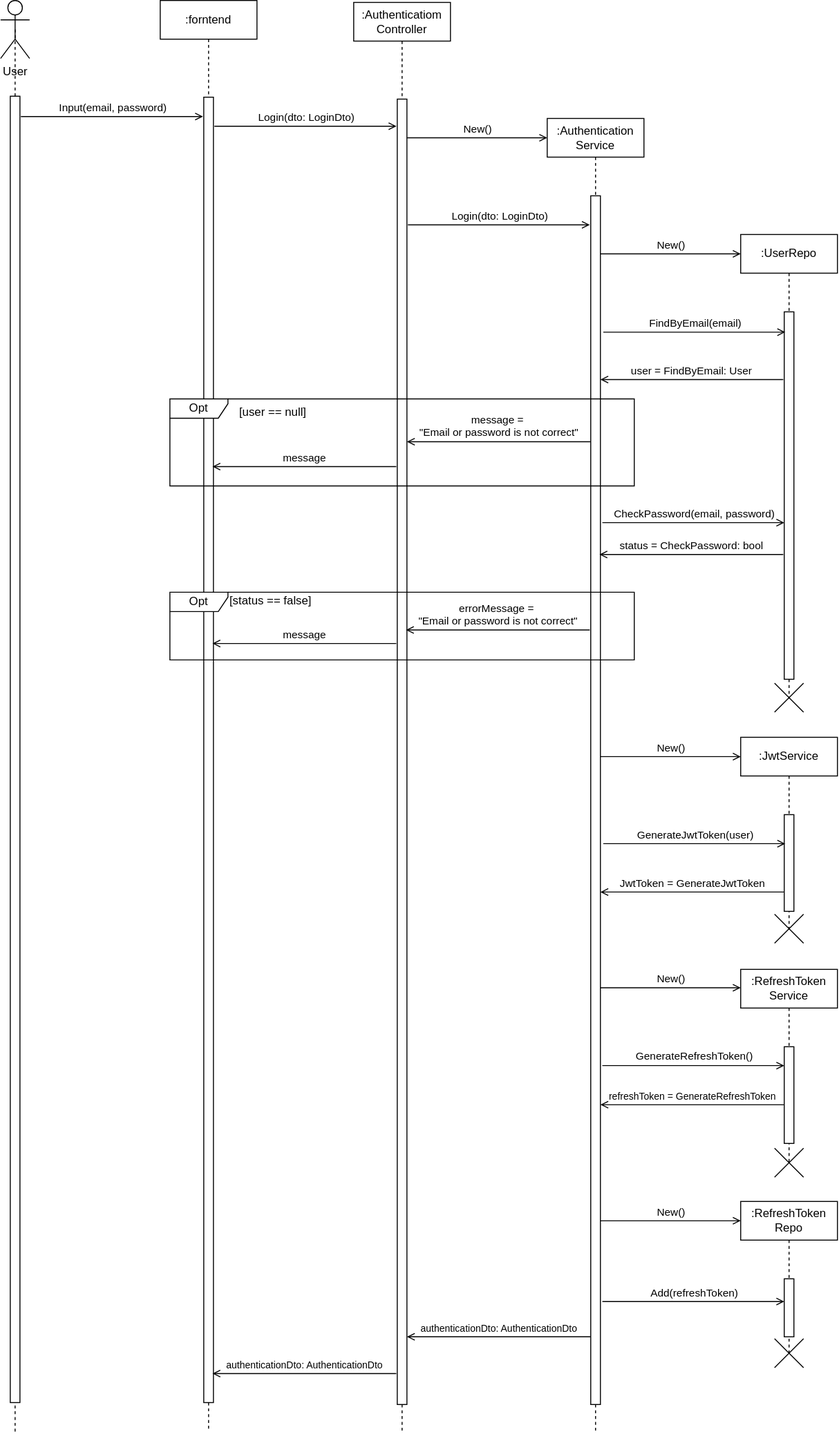
Before: Diagram/Sequence/Login.svg, a diagram exported from draw.io (Davidemad24/WisdomSystem). Source tidied: cells renumbered, new cells last; positions are measured from the earlier drawing's top-left corner, leaving out a move shared by most shapes.
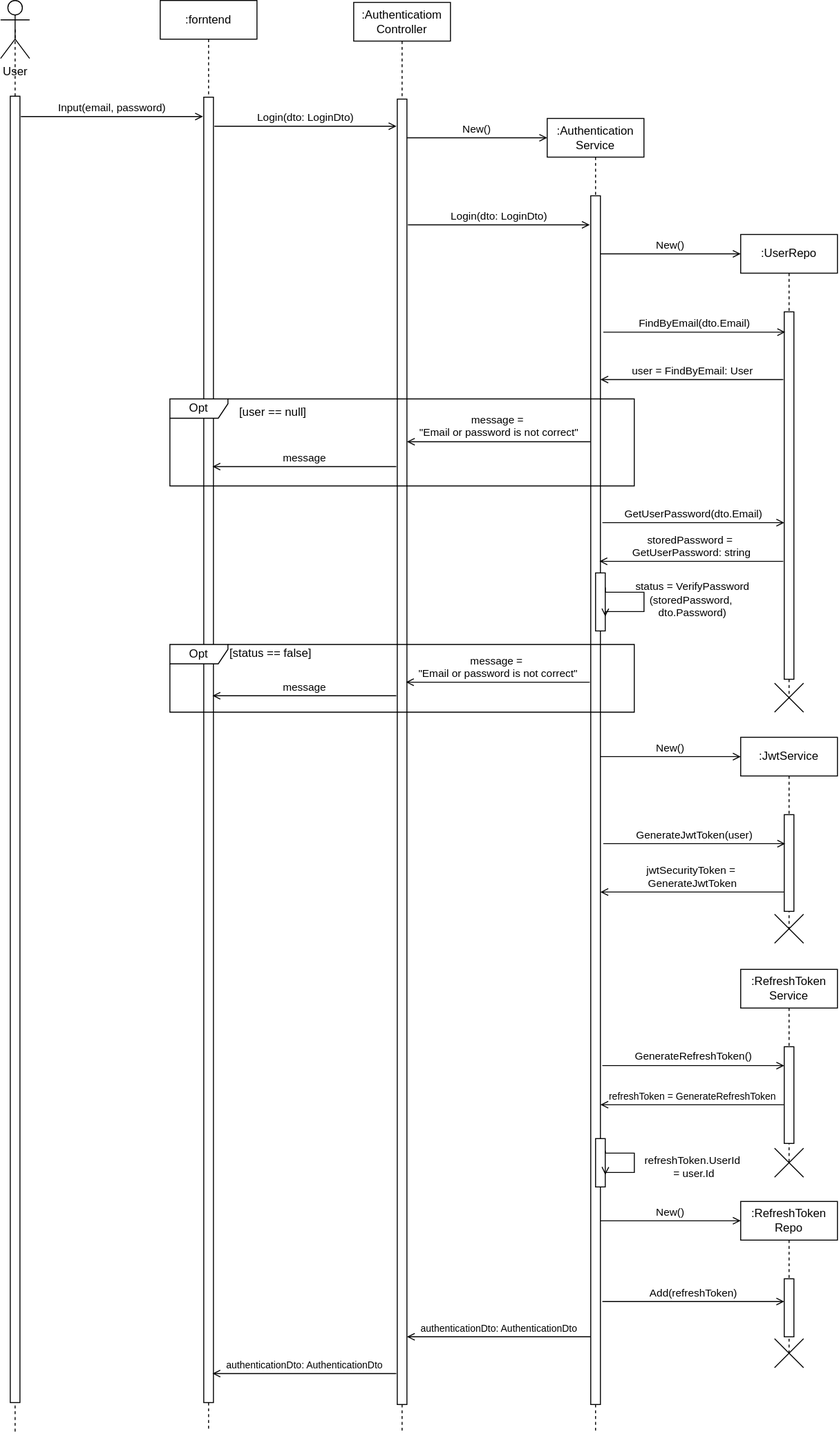
Above is the later version.

Diff of the diagram source:
```diff
@@ -63,7 +63,7 @@
         <mxPoint x="765" y="262" as="targetPoint" />
       </mxGeometry>
     </mxCell>
-    <mxCell id="18" value="FindByEmail(email)" style="html=1;verticalAlign=bottom;labelBackgroundColor=none;endArrow=open;endFill=0;rounded=0;exitX=1.28;exitY=0.094;exitDx=0;exitDy=0;exitPerimeter=0;" parent="1" edge="1">
+    <mxCell id="18" value="FindByEmail(dto.Email)" style="html=1;verticalAlign=bottom;labelBackgroundColor=none;endArrow=open;endFill=0;rounded=0;exitX=1.28;exitY=0.094;exitDx=0;exitDy=0;exitPerimeter=0;" parent="1" edge="1">
       <mxGeometry relative="1" as="geometry">
         <mxPoint x="623" y="343" as="sourcePoint" />
         <mxPoint x="811" y="343" as="targetPoint" />
@@ -75,7 +75,7 @@
         <mxPoint x="620" y="392" as="targetPoint" />
       </mxGeometry>
     </mxCell>
-    <mxCell id="20" value="CheckPassword(email, password)" style="html=1;verticalAlign=bottom;labelBackgroundColor=none;endArrow=open;endFill=0;rounded=0;exitX=1.28;exitY=0.094;exitDx=0;exitDy=0;exitPerimeter=0;" parent="1" edge="1">
+    <mxCell id="20" value="GetUserPassword(dto.Email)" style="html=1;verticalAlign=bottom;labelBackgroundColor=none;endArrow=open;endFill=0;rounded=0;exitX=1.28;exitY=0.094;exitDx=0;exitDy=0;exitPerimeter=0;" parent="1" edge="1">
       <mxGeometry relative="1" as="geometry">
         <mxPoint x="622" y="540" as="sourcePoint" />
         <mxPoint x="810" y="540" as="targetPoint" />
@@ -96,7 +96,7 @@
         <mxPoint x="811" y="872" as="targetPoint" />
       </mxGeometry>
     </mxCell>
-    <mxCell id="24" value="JwtToken = GenerateJwtToken" style="html=1;verticalAlign=bottom;labelBackgroundColor=none;endArrow=open;endFill=0;rounded=0;" parent="1" edge="1">
+    <mxCell id="24" value="jwtSecurityToken =&amp;nbsp;&lt;div&gt;GenerateJwtToken&lt;/div&gt;" style="html=1;verticalAlign=bottom;labelBackgroundColor=none;endArrow=open;endFill=0;rounded=0;" parent="1" edge="1">
       <mxGeometry relative="1" as="geometry">
         <mxPoint x="810" y="922" as="sourcePoint" />
         <mxPoint x="620" y="922" as="targetPoint" />
@@ -138,12 +138,6 @@
         <mxPoint x="810" y="1345.5" as="targetPoint" />
       </mxGeometry>
     </mxCell>
-    <mxCell id="34" value="New()" style="html=1;verticalAlign=bottom;labelBackgroundColor=none;endArrow=open;endFill=0;rounded=0;" parent="1" edge="1">
-      <mxGeometry relative="1" as="geometry">
-        <mxPoint x="620" y="1021" as="sourcePoint" />
-        <mxPoint x="765" y="1021" as="targetPoint" />
-      </mxGeometry>
-    </mxCell>
     <mxCell id="35" value="New()" style="html=1;verticalAlign=bottom;labelBackgroundColor=none;endArrow=open;endFill=0;rounded=0;" parent="1" edge="1">
       <mxGeometry relative="1" as="geometry">
         <mxPoint x="620" y="1262" as="sourcePoint" />
@@ -173,10 +167,10 @@
         <mxPoint x="70" as="offset" />
       </mxGeometry>
     </mxCell>
-    <mxCell id="42" value="status = CheckPassword: bool" style="html=1;verticalAlign=bottom;labelBackgroundColor=none;endArrow=open;endFill=0;rounded=0;" parent="40" edge="1">
+    <mxCell id="42" value="storedPassword =&amp;nbsp;&lt;div&gt;GetUserPassword: string&lt;/div&gt;" style="html=1;verticalAlign=bottom;labelBackgroundColor=none;endArrow=open;endFill=0;rounded=0;" parent="40" edge="1">
       <mxGeometry relative="1" as="geometry">
-        <mxPoint x="634" y="161" as="sourcePoint" />
-        <mxPoint x="444" y="161" as="targetPoint" />
+        <mxPoint x="634" y="168" as="sourcePoint" />
+        <mxPoint x="444" y="168" as="targetPoint" />
       </mxGeometry>
     </mxCell>
     <mxCell id="43" value="message" style="html=1;verticalAlign=bottom;labelBackgroundColor=none;endArrow=open;endFill=0;rounded=0;" parent="40" edge="1">
@@ -192,7 +186,7 @@
       </mxGeometry>
     </mxCell>
     <mxCell id="45" value="Opt" style="shape=umlFrame;whiteSpace=wrap;html=1;width=60;height=20;" parent="1" vertex="1">
-      <mxGeometry x="175" y="612" width="480" height="70" as="geometry" />
+      <mxGeometry x="175" y="666" width="480" height="70" as="geometry" />
     </mxCell>
     <mxCell id="46" value="[status == false]" style="text;html=1;" parent="45" vertex="1">
       <mxGeometry width="100" height="20" relative="1" as="geometry">
@@ -211,10 +205,10 @@
         <mxPoint x="209.2" y="120" as="targetPoint" />
       </mxGeometry>
     </mxCell>
-    <mxCell id="49" value="errorMessage =&amp;nbsp;&lt;div&gt;&quot;Email or password is not correct&quot;&lt;/div&gt;" style="html=1;verticalAlign=bottom;labelBackgroundColor=none;endArrow=open;endFill=0;rounded=0;" parent="1" edge="1">
+    <mxCell id="49" value="message =&amp;nbsp;&lt;div&gt;&quot;Email or password is not correct&quot;&lt;/div&gt;" style="html=1;verticalAlign=bottom;labelBackgroundColor=none;endArrow=open;endFill=0;rounded=0;" parent="1" edge="1">
       <mxGeometry relative="1" as="geometry">
-        <mxPoint x="609" y="651" as="sourcePoint" />
-        <mxPoint x="419" y="651" as="targetPoint" />
+        <mxPoint x="609" y="705" as="sourcePoint" />
+        <mxPoint x="419" y="705" as="targetPoint" />
       </mxGeometry>
     </mxCell>
     <mxCell id="50" value="&lt;span style=&quot;font-size: 10px;&quot;&gt;authenticationDto: AuthenticationDto&lt;/span&gt;" style="html=1;verticalAlign=bottom;labelBackgroundColor=none;endArrow=open;endFill=0;rounded=0;" parent="1" edge="1">
@@ -223,5 +217,33 @@
         <mxPoint x="219" y="1420" as="targetPoint" />
       </mxGeometry>
     </mxCell>
+    <mxCell id="51" style="rounded=0;whiteSpace=wrap;html=1;" parent="1" vertex="1">
+      <mxGeometry x="615" y="592" width="10" height="60" as="geometry" />
+    </mxCell>
+    <mxCell id="52" value="status = VerifyPassword&lt;div&gt;(storedPassword,&amp;nbsp;&lt;/div&gt;&lt;div&gt;dto.Password)&lt;/div&gt;" style="html=1;verticalAlign=bottom;labelBackgroundColor=none;endArrow=open;endFill=0;rounded=0;exitX=1;exitY=0.25;exitDx=0;exitDy=0;entryX=1;entryY=0.75;entryDx=0;entryDy=0;edgeStyle=orthogonalEdgeStyle;innerLoopWaypoints=1;" parent="1" edge="1" source="51" target="51">
+      <mxGeometry x="0.18" y="51" relative="1" as="geometry">
+        <Array as="points">
+          <mxPoint x="625" y="612" />
+          <mxPoint x="665" y="612" />
+          <mxPoint x="665" y="632" />
+          <mxPoint x="625" y="632" />
+        </Array>
+        <mxPoint x="50" y="-41" as="offset" />
+      </mxGeometry>
+    </mxCell>
+    <mxCell id="53" style="rounded=0;whiteSpace=wrap;html=1;" parent="1" vertex="1">
+      <mxGeometry x="615" y="1177" width="10" height="50" as="geometry" />
+    </mxCell>
+    <mxCell id="54" value="refreshToken.UserId&lt;div&gt;&amp;nbsp;= user.Id&lt;/div&gt;" style="html=1;verticalAlign=bottom;labelBackgroundColor=none;endArrow=open;endFill=0;rounded=0;exitX=1;exitY=0.25;exitDx=0;exitDy=0;entryX=1;entryY=0.75;entryDx=0;entryDy=0;edgeStyle=orthogonalEdgeStyle;innerLoopWaypoints=1;" parent="1" edge="1" source="53" target="53">
+      <mxGeometry x="0.24" y="61" relative="1" as="geometry">
+        <Array as="points">
+          <mxPoint x="625" y="1192" />
+          <mxPoint x="655" y="1192" />
+          <mxPoint x="655" y="1212" />
+          <mxPoint x="625" y="1212" />
+        </Array>
+        <mxPoint x="60" y="-51" as="offset" />
+      </mxGeometry>
+    </mxCell>
   </root>
 </mxGraphModel>
```
